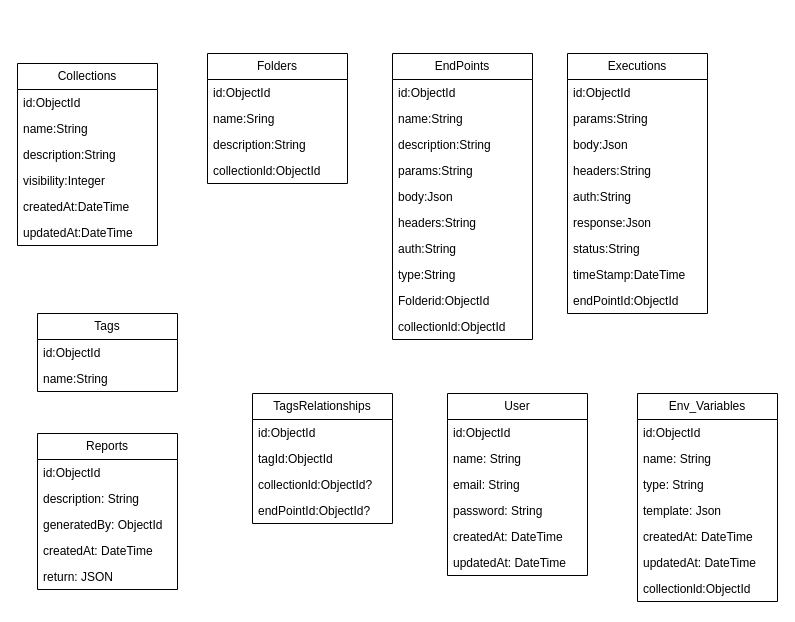
Before: docs/diagrama.drawio in FatecFranca/DSM-P3-G07-2025-1, a draw.io diagram. Source tidied: cells renumbered, new cells numbered last; positions are measured from the earlier drawing's top-left corner, leaving out a move shared by most shapes. Both pictures are drawn from the tidied source at 100%, with x=0, y=0 at pixel (17, 53).
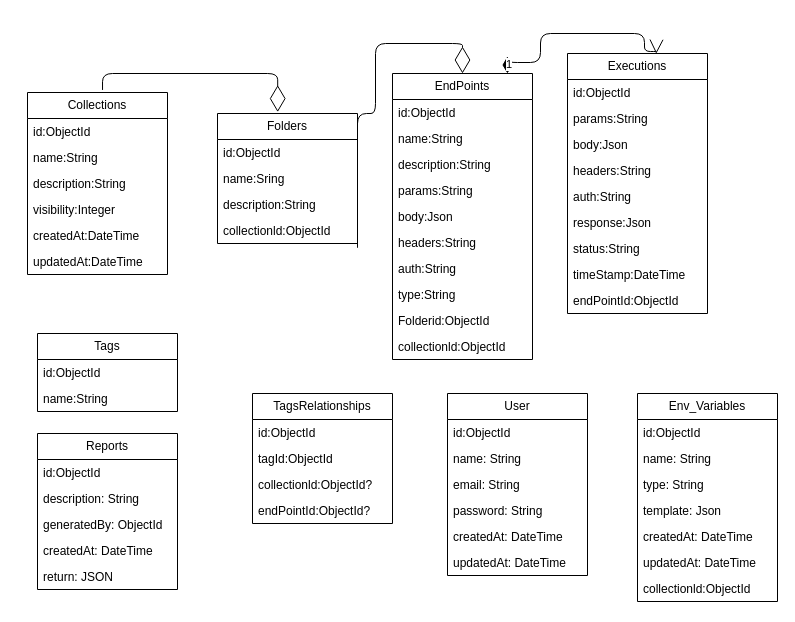
The same page after the edit.

Commit message:
🗃️ raw: Started add the relations between tables

Unchanged cells that the change refers to:
```xml
<mxCell id="24" value="Executions" style="swimlane;fontStyle=0;horizontal=1;startSize=26;fillColor=none;whiteSpace=wrap;html=1;" parent="1" vertex="1">
  <mxGeometry x="550" width="140" height="260" as="geometry" />
</mxCell>
```

Diff of the diagram source:
```diff
@@
     <mxCell id="8" value="Folders" style="swimlane;fontStyle=0;horizontal=1;startSize=26;fillColor=none;whiteSpace=wrap;html=1;" parent="1" vertex="1">
-      <mxGeometry x="190" width="140" height="130" as="geometry" />
+      <mxGeometry x="200" y="60" width="140" height="130" as="geometry" />
     </mxCell>
@@
     <mxCell id="13" value="EndPoints" style="swimlane;fontStyle=0;horizontal=1;startSize=26;fillColor=none;whiteSpace=wrap;html=1;" parent="1" vertex="1">
-      <mxGeometry x="375" width="140" height="286" as="geometry" />
+      <mxGeometry x="375" y="20" width="140" height="286" as="geometry" />
     </mxCell>
@@
     <mxCell id="34" value="Tags" style="swimlane;fontStyle=0;horizontal=1;startSize=26;fillColor=none;whiteSpace=wrap;html=1;" parent="1" vertex="1">
-      <mxGeometry x="20" y="260" width="140" height="78" as="geometry" />
+      <mxGeometry x="20" y="280" width="140" height="78" as="geometry" />
     </mxCell>
@@
     <mxCell id="57" value="Collections" style="swimlane;fontStyle=0;horizontal=1;startSize=26;fillColor=none;whiteSpace=wrap;html=1;" parent="1" vertex="1">
-      <mxGeometry y="10" width="140" height="182" as="geometry" />
+      <mxGeometry x="10" y="39" width="140" height="182" as="geometry" />
     </mxCell>
@@
+    <mxCell id="64" style="endArrow=diamondThin;endFill=0;endSize=24;html=1;edgeStyle=orthogonalEdgeStyle;exitX=0.536;exitY=-0.014;exitDx=0;exitDy=0;exitPerimeter=0;entryX=0.43;entryY=-0.011;entryDx=0;entryDy=0;entryPerimeter=0;" parent="1" edge="1" source="57" target="8">
+      <mxGeometry relative="1" as="geometry">
+        <Array as="points">
+          <mxPoint x="85" y="20" />
+          <mxPoint x="260" y="20" />
+        </Array>
+      </mxGeometry>
+    </mxCell>
+    <mxCell id="65" style="endArrow=diamondThin;endFill=0;endSize=24;html=1;edgeStyle=orthogonalEdgeStyle;entryX=0.5;entryY=0;entryDx=0;entryDy=0;" parent="1" edge="1" target="13">
+      <mxGeometry relative="1" as="geometry">
+        <mxPoint x="340" y="70" as="sourcePoint" />
+        <Array as="points">
+          <mxPoint x="340" y="199" />
+          <mxPoint x="340" y="60" />
+          <mxPoint x="358" y="60" />
+          <mxPoint x="358" y="-10" />
+          <mxPoint x="445" y="-10" />
+        </Array>
+      </mxGeometry>
+    </mxCell>
+    <mxCell id="66" value="1" style="endArrow=open;html=1;endSize=12;startArrow=diamondThin;startSize=14;startFill=1;edgeStyle=orthogonalEdgeStyle;align=left;verticalAlign=bottom;exitX=0.821;exitY=0;exitDx=0;exitDy=0;exitPerimeter=0;entryX=0.634;entryY=0.001;entryDx=0;entryDy=0;entryPerimeter=0;" parent="1" edge="1" source="13" target="24">
+      <mxGeometry x="-1" y="3" relative="1" as="geometry">
+        <Array as="points">
+          <mxPoint x="490" y="9" />
+          <mxPoint x="523" y="9" />
+          <mxPoint x="523" y="-20" />
+          <mxPoint x="627" y="-20" />
+          <mxPoint x="627" y="-2" />
+          <mxPoint x="639" y="-2" />
+        </Array>
+      </mxGeometry>
+    </mxCell>
```
